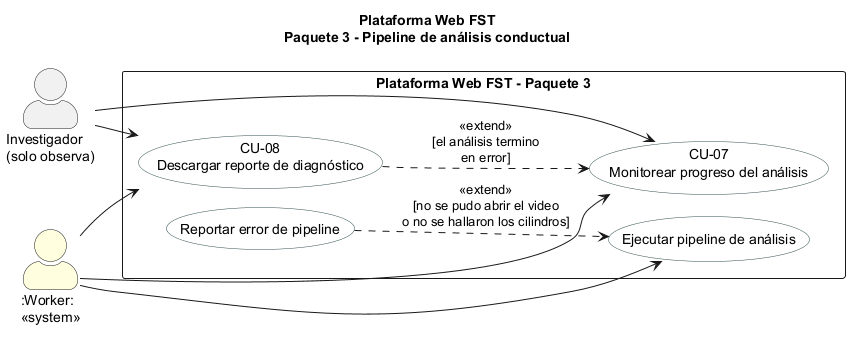
The PlantUML diagram figures/mermaid/cu_paquete3.png in ErickJester/fst-ai-system-latex, before a commit.
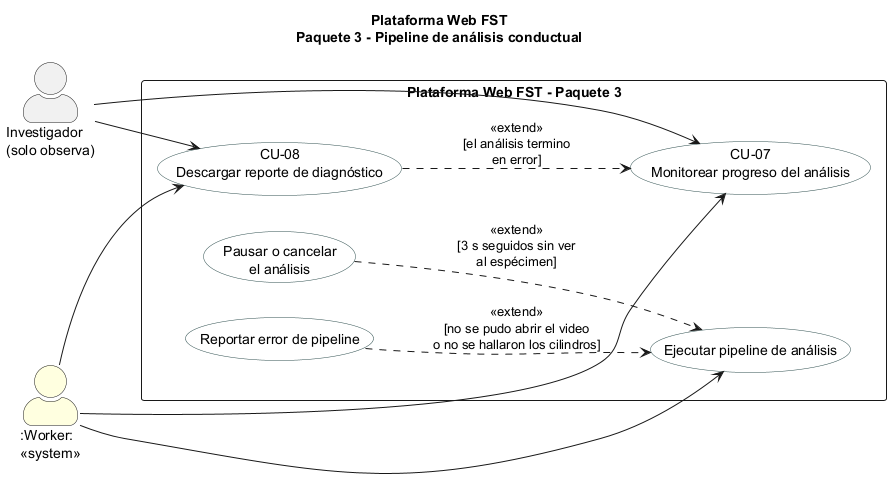
After the commit.

The edit, as a diff of the source:
```diff
@@ -1,5 +1,4 @@
 @startuml
-!pragma layout smetana
 title Plataforma Web FST\nPaquete 3 - Pipeline de análisis conductual
 left to right direction
 skinparam packageStyle rectangle
@@ -13,6 +12,7 @@
 rectangle "Plataforma Web FST - Paquete 3" {
   usecase "Ejecutar pipeline de análisis" as UC30
   usecase "Reportar error de pipeline" as UC36
+  usecase "Pausar o cancelar\nel análisis" as UC37
   usecase "CU-07\nMonitorear progreso del análisis" as CU07
   usecase "CU-08\nDescargar reporte de diagnóstico" as CU08
 }
@@ -22,5 +22,6 @@
 WRK --> CU07
 WRK --> CU08
 UC36 ..> UC30 : <<extend>>\n[no se pudo abrir el video\no no se hallaron los cilindros]
+UC37 ..> UC30 : <<extend>>\n[3 s seguidos sin ver\nal espécimen]
 CU08 ..> CU07 : <<extend>>\n[el análisis termino\nen error]
 @enduml
```
